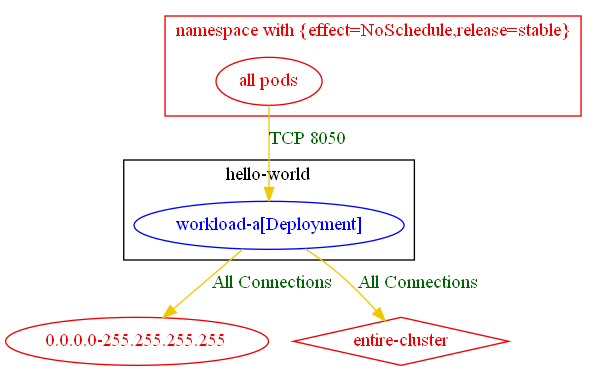
Above: test_outputs/connlist/exposure_test_exposure_to_namespace_with_multiple_labels_connlist_output.dot.png in np-guard/netpol-analyzer (Graphviz), before the change. Its source is kept beside it as test_outputs/connlist/exposure_test_exposure_to_namespace_with_multiple_labels_connlist_output.dot.
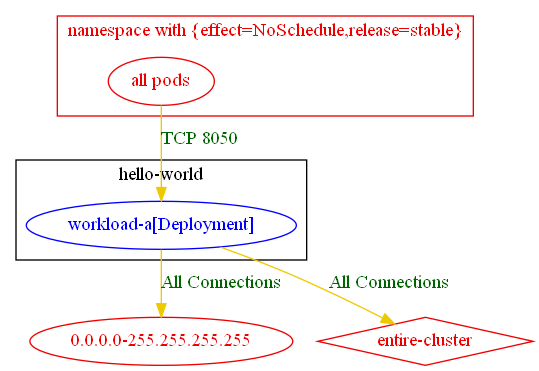
Above is the later version.

Change to the diagram source:
```diff
@@ -13,7 +13,7 @@
 	}
 	"0.0.0.0-255.255.255.255" [label="0.0.0.0-255.255.255.255" color="red2" fontcolor="red2"]
 	"entire-cluster" [label="entire-cluster" color="red2" fontcolor="red2" shape=diamond]
-	"all pods_in_namespace with {effect=NoSchedule,release=stable}" -> "hello-world/workload-a[Deployment]" [label="TCP 8050" color="gold2" fontcolor="darkgreen"]
+	"all pods_in_namespace with {effect=NoSchedule,release=stable}" -> "hello-world/workload-a[Deployment]" [label="TCP 8050" color="gold2" fontcolor="darkgreen" weight=1]
 	"hello-world/workload-a[Deployment]" -> "0.0.0.0-255.255.255.255" [label="All Connections" color="gold2" fontcolor="darkgreen"]
-	"hello-world/workload-a[Deployment]" -> "entire-cluster" [label="All Connections" color="gold2" fontcolor="darkgreen"]
+	"hello-world/workload-a[Deployment]" -> "entire-cluster" [label="All Connections" color="gold2" fontcolor="darkgreen" weight=0.5]
 }
```
